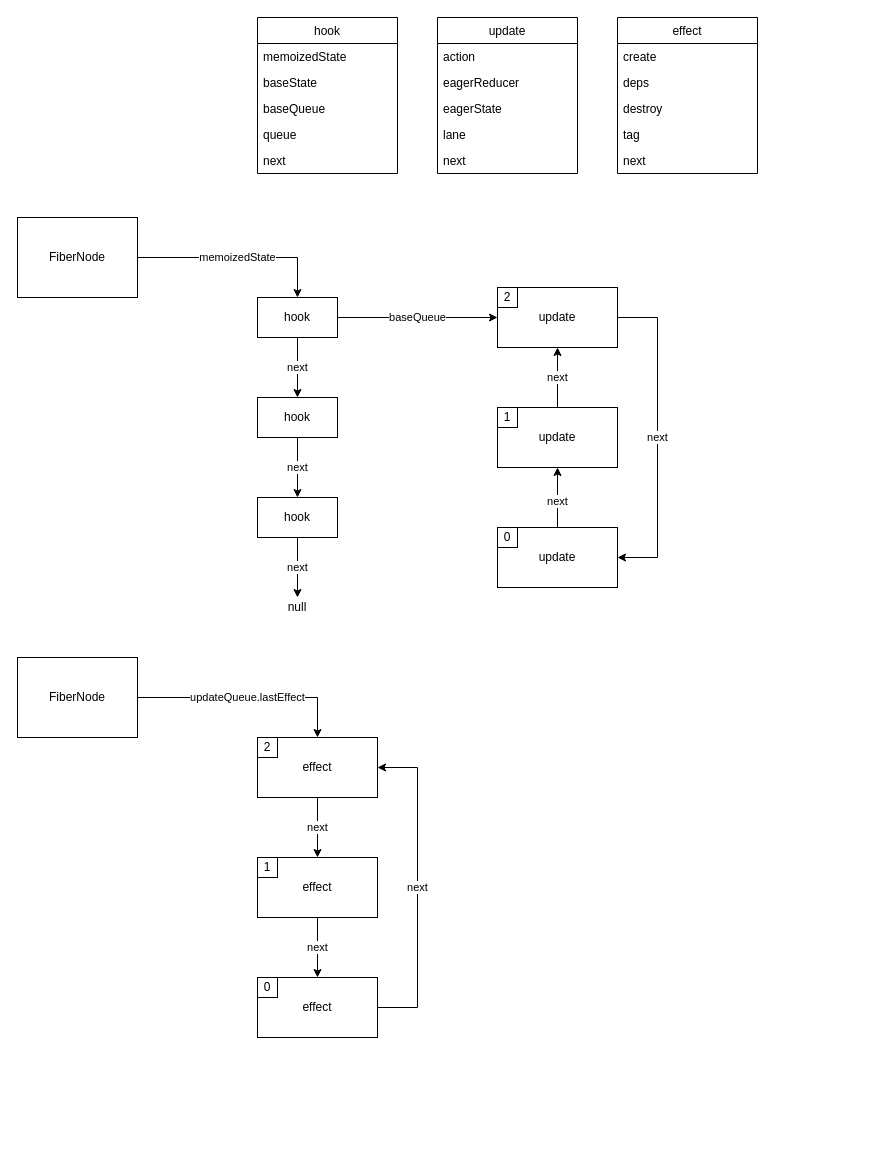
Before: react_hooks.drawio in jiubao/note, a draw.io diagram. Source tidied: cells renumbered, new cells numbered last; positions are measured from the earlier drawing's top-left corner, leaving out a move shared by most shapes. Both pictures are drawn from the tidied source at 100%, with x=0, y=0 at pixel (17, 17).
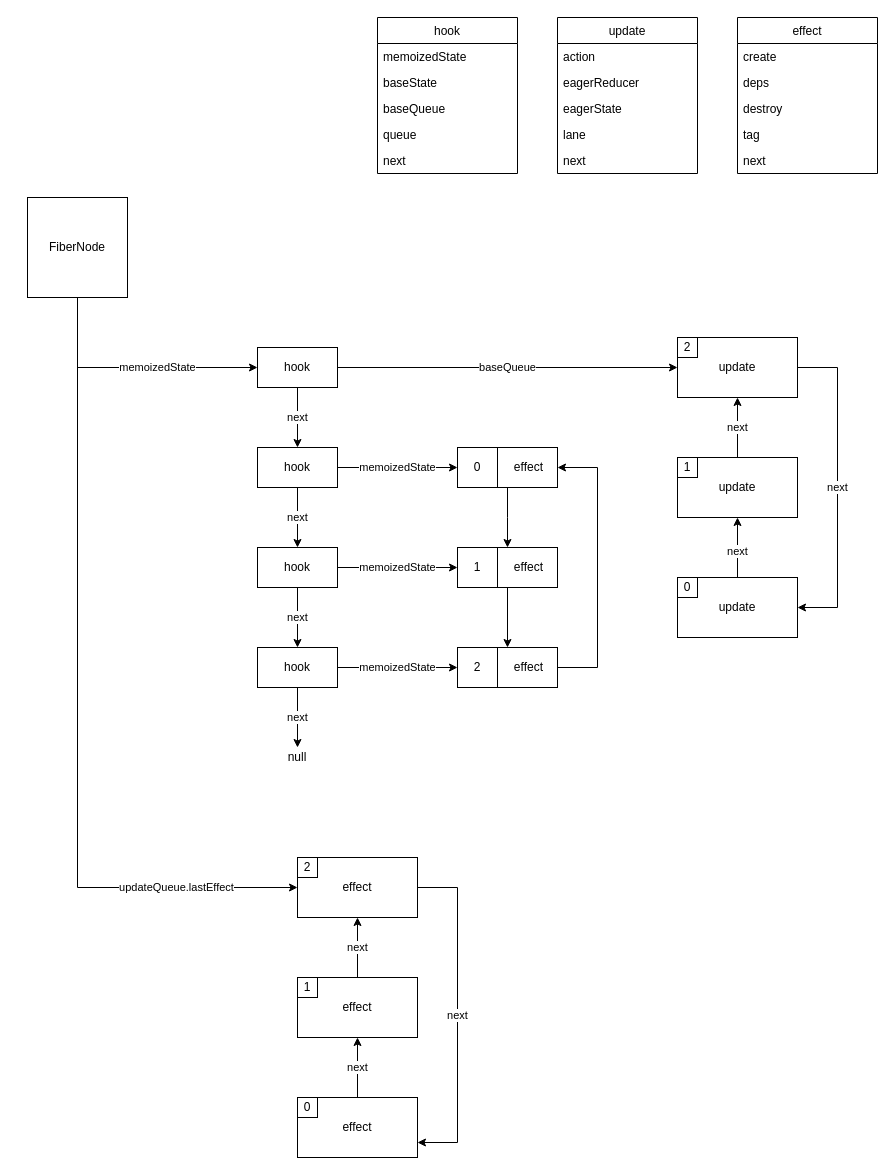
After the change.

Commit message:
useState & useEffect

Change to the diagram source:
```diff
@@
-    <mxCell id="2" value="memoizedState" style="edgeStyle=orthogonalEdgeStyle;rounded=0;jettySize=auto;html=1;entryX=0.5;entryY=0;entryDx=0;entryDy=0;fontColor=#000000;" parent="1" edge="1" source="3" target="6">
-      <mxGeometry relative="1" as="geometry" />
+    <mxCell id="2" value="memoizedState" style="edgeStyle=orthogonalEdgeStyle;rounded=0;jettySize=auto;html=1;entryX=0;entryY=0.5;entryDx=0;entryDy=0;" parent="1" edge="1" source="3" target="6">
+      <mxGeometry x="0.2" relative="1" as="geometry">
+        <Array as="points">
+          <mxPoint x="60" y="350" />
+        </Array>
+      </mxGeometry>
     </mxCell>
+    <mxCell id="34" value="&lt;span style=&quot;color: rgb(0, 0, 0); font-family: helvetica; font-size: 11px; font-style: normal; font-weight: 400; letter-spacing: normal; text-align: center; text-indent: 0px; text-transform: none; word-spacing: 0px; background-color: rgb(255, 255, 255); display: inline; float: none;&quot;&gt;updateQueue.lastEffect&lt;/span&gt;" style="edgeStyle=orthogonalEdgeStyle;rounded=0;jettySize=auto;html=1;entryX=0;entryY=0.5;entryDx=0;entryDy=0;" parent="1" edge="1" source="3" target="37">
+      <mxGeometry x="0.7" relative="1" as="geometry">
+        <Array as="points">
+          <mxPoint x="60" y="870" />
+        </Array>
+      </mxGeometry>
+    </mxCell>
     <mxCell id="3" value="FiberNode" style="rounded=0;whiteSpace=wrap;html=1;verticalAlign=middle;align=center;" parent="1" vertex="1">
-      <mxGeometry y="200" width="120" height="80" as="geometry" />
+      <mxGeometry x="10" y="180" width="100" height="100" as="geometry" />
     </mxCell>
@@
     <mxCell id="6" value="hook" style="rounded=0;whiteSpace=wrap;html=1;fontColor=#000000;strokeColor=#000000;align=center;verticalAlign=middle;" parent="1" vertex="1">
-      <mxGeometry x="240" y="280" width="80" height="40" as="geometry" />
+      <mxGeometry x="240" y="330" width="80" height="40" as="geometry" />
     </mxCell>
@@
+    <mxCell id="51" value="memoizedState" style="edgeStyle=orthogonalEdgeStyle;rounded=0;jettySize=auto;html=1;entryX=0;entryY=0.5;entryDx=0;entryDy=0;" parent="1" edge="1" source="8" target="57">
+      <mxGeometry relative="1" as="geometry" />
+    </mxCell>
     <mxCell id="8" value="hook" style="rounded=0;whiteSpace=wrap;html=1;fontColor=#000000;strokeColor=#000000;align=center;verticalAlign=middle;" parent="1" vertex="1">
-      <mxGeometry x="240" y="380" width="80" height="40" as="geometry" />
+      <mxGeometry x="240" y="430" width="80" height="40" as="geometry" />
     </mxCell>
-    <mxCell id="9" value="next" style="edgeStyle=orthogonalEdgeStyle;rounded=0;jettySize=auto;html=1;entryX=0.5;entryY=0;entryDx=0;entryDy=0;fontColor=#000000;" parent="1" edge="1" source="10" target="11">
-      <mxGeometry relative="1" as="geometry" />
-    </mxCell>
+    <mxCell id="52" value="memoizedState" style="edgeStyle=orthogonalEdgeStyle;rounded=0;jettySize=auto;html=1;" parent="1" edge="1" source="10">
+      <mxGeometry relative="1" as="geometry">
+        <mxPoint x="440" y="550" as="targetPoint" />
+      </mxGeometry>
+    </mxCell>
+    <mxCell id="36" value="next" style="edgeStyle=orthogonalEdgeStyle;rounded=0;jettySize=auto;html=1;entryX=0.5;entryY=0;entryDx=0;entryDy=0;" parent="1" edge="1" source="10" target="62">
+      <mxGeometry relative="1" as="geometry" />
+    </mxCell>
     <mxCell id="10" value="hook" style="rounded=0;whiteSpace=wrap;html=1;fontColor=#000000;strokeColor=#000000;align=center;verticalAlign=middle;" parent="1" vertex="1">
-      <mxGeometry x="240" y="480" width="80" height="40" as="geometry" />
+      <mxGeometry x="240" y="530" width="80" height="40" as="geometry" />
     </mxCell>
-    <mxCell id="11" value="null" style="text;html=1;strokeColor=none;fillColor=none;align=center;verticalAlign=middle;whiteSpace=wrap;rounded=0;fontColor=#000000;" parent="1" vertex="1">
-      <mxGeometry x="260" y="580" width="40" height="20" as="geometry" />
-    </mxCell>
     <mxCell id="12" value="next" style="edgeStyle=orthogonalEdgeStyle;rounded=0;jettySize=auto;html=1;entryX=1;entryY=0.5;entryDx=0;entryDy=0;fontColor=#000000;" parent="1" edge="1" source="13" target="20">
       <mxGeometry relative="1" as="geometry">
         <Array as="points">
-          <mxPoint x="640" y="300" />
-          <mxPoint x="640" y="540" />
+          <mxPoint x="820" y="350" />
+          <mxPoint x="820" y="590" />
         </Array>
       </mxGeometry>
     </mxCell>
     <mxCell id="13" value="update" style="rounded=0;whiteSpace=wrap;html=1;fontColor=#000000;strokeColor=#000000;align=center;verticalAlign=middle;" parent="1" vertex="1">
-      <mxGeometry x="480" y="270" width="120" height="60" as="geometry" />
+      <mxGeometry x="660" y="320" width="120" height="60" as="geometry" />
     </mxCell>
     <mxCell id="14" value="2" style="whiteSpace=wrap;html=1;fontColor=#000000;strokeColor=#000000;align=center;verticalAlign=middle;" parent="1" vertex="1">
-      <mxGeometry x="480" y="270" width="20" height="20" as="geometry" />
+      <mxGeometry x="660" y="320" width="20" height="20" as="geometry" />
     </mxCell>
@@
     <mxCell id="16" value="update" style="rounded=0;whiteSpace=wrap;html=1;fontColor=#000000;strokeColor=#000000;align=center;verticalAlign=middle;" parent="1" vertex="1">
-      <mxGeometry x="480" y="390" width="120" height="60" as="geometry" />
+      <mxGeometry x="660" y="440" width="120" height="60" as="geometry" />
     </mxCell>
     <mxCell id="17" value="1" style="whiteSpace=wrap;html=1;fontColor=#000000;strokeColor=#000000;align=center;verticalAlign=middle;" parent="1" vertex="1">
-      <mxGeometry x="480" y="390" width="20" height="20" as="geometry" />
+      <mxGeometry x="660" y="440" width="20" height="20" as="geometry" />
     </mxCell>
@@
     <mxCell id="20" value="update" style="rounded=0;whiteSpace=wrap;html=1;fontColor=#000000;strokeColor=#000000;align=center;verticalAlign=middle;" parent="1" vertex="1">
-      <mxGeometry x="480" y="510" width="120" height="60" as="geometry" />
+      <mxGeometry x="660" y="560" width="120" height="60" as="geometry" />
     </mxCell>
     <mxCell id="21" value="0" style="whiteSpace=wrap;html=1;fontColor=#000000;strokeColor=#000000;align=center;verticalAlign=middle;" parent="1" vertex="1">
-      <mxGeometry x="480" y="510" width="20" height="20" as="geometry" />
+      <mxGeometry x="660" y="560" width="20" height="20" as="geometry" />
     </mxCell>
     <mxCell id="22" value="update" style="swimlane;fontStyle=0;horizontal=1;startSize=26;fontColor=#000000;strokeColor=#000000;align=center;verticalAlign=middle;" parent="1" vertex="1">
-      <mxGeometry x="420" width="140" height="156" as="geometry" />
+      <mxGeometry x="540" width="140" height="156" as="geometry" />
     </mxCell>
@@
     <mxCell id="28" value="hook" style="swimlane;fontStyle=0;horizontal=1;startSize=26;fontColor=#000000;strokeColor=#000000;align=center;verticalAlign=middle;" parent="1" vertex="1">
-      <mxGeometry x="240" width="140" height="156" as="geometry" />
+      <mxGeometry x="360" width="140" height="156" as="geometry" />
     </mxCell>
@@
-    <mxCell id="34" value="updateQueue.lastEffect" style="edgeStyle=orthogonalEdgeStyle;rounded=0;jettySize=auto;html=1;entryX=0.5;entryY=0;entryDx=0;entryDy=0;" parent="1" edge="1" source="35" target="37">
-      <mxGeometry relative="1" as="geometry" />
-    </mxCell>
-    <mxCell id="35" value="FiberNode" style="rounded=0;whiteSpace=wrap;html=1;verticalAlign=middle;align=center;" parent="1" vertex="1">
-      <mxGeometry y="640" width="120" height="80" as="geometry" />
-    </mxCell>
-    <mxCell id="36" value="next" style="edgeStyle=orthogonalEdgeStyle;rounded=0;jettySize=auto;html=1;entryX=0.5;entryY=0;entryDx=0;entryDy=0;" parent="1" edge="1" source="37" target="40">
-      <mxGeometry relative="1" as="geometry" />
-    </mxCell>
+    <mxCell id="53" value="next" style="edgeStyle=orthogonalEdgeStyle;rounded=0;jettySize=auto;html=1;entryX=1;entryY=0.75;entryDx=0;entryDy=0;" parent="1" edge="1" source="37" target="43">
+      <mxGeometry relative="1" as="geometry">
+        <Array as="points">
+          <mxPoint x="440" y="870" />
+          <mxPoint x="440" y="1125" />
+        </Array>
+      </mxGeometry>
+    </mxCell>
     <mxCell id="37" value="effect" style="rounded=0;whiteSpace=wrap;html=1;fontColor=#000000;strokeColor=#000000;align=center;verticalAlign=middle;" parent="1" vertex="1">
-      <mxGeometry x="240" y="720" width="120" height="60" as="geometry" />
+      <mxGeometry x="280" y="840" width="120" height="60" as="geometry" />
     </mxCell>
     <mxCell id="38" value="2" style="whiteSpace=wrap;html=1;fontColor=#000000;strokeColor=#000000;align=center;verticalAlign=middle;" parent="1" vertex="1">
-      <mxGeometry x="240" y="720" width="20" height="20" as="geometry" />
+      <mxGeometry x="280" y="840" width="20" height="20" as="geometry" />
     </mxCell>
-    <mxCell id="39" value="next" style="edgeStyle=orthogonalEdgeStyle;rounded=0;jettySize=auto;html=1;" parent="1" edge="1" source="40" target="43">
-      <mxGeometry relative="1" as="geometry" />
-    </mxCell>
+    <mxCell id="54" value="next" style="edgeStyle=orthogonalEdgeStyle;rounded=0;jettySize=auto;html=1;" parent="1" edge="1" source="40" target="37">
+      <mxGeometry relative="1" as="geometry" />
+    </mxCell>
     <mxCell id="40" value="effect" style="rounded=0;whiteSpace=wrap;html=1;fontColor=#000000;strokeColor=#000000;align=center;verticalAlign=middle;" parent="1" vertex="1">
-      <mxGeometry x="240" y="840" width="120" height="60" as="geometry" />
+      <mxGeometry x="280" y="960" width="120" height="60" as="geometry" />
     </mxCell>
     <mxCell id="41" value="1" style="whiteSpace=wrap;html=1;fontColor=#000000;strokeColor=#000000;align=center;verticalAlign=middle;" parent="1" vertex="1">
-      <mxGeometry x="240" y="840" width="20" height="20" as="geometry" />
+      <mxGeometry x="280" y="960" width="20" height="20" as="geometry" />
     </mxCell>
-    <mxCell id="42" value="next" style="edgeStyle=orthogonalEdgeStyle;rounded=0;jettySize=auto;html=1;entryX=1;entryY=0.5;entryDx=0;entryDy=0;" parent="1" edge="1" source="43" target="37">
-      <mxGeometry relative="1" as="geometry">
-        <Array as="points">
-          <mxPoint x="400" y="990" />
-          <mxPoint x="400" y="750" />
-        </Array>
-      </mxGeometry>
-    </mxCell>
+    <mxCell id="55" value="next" style="edgeStyle=orthogonalEdgeStyle;rounded=0;jettySize=auto;html=1;" parent="1" edge="1" source="43" target="40">
+      <mxGeometry relative="1" as="geometry" />
+    </mxCell>
     <mxCell id="43" value="effect" style="rounded=0;whiteSpace=wrap;html=1;fontColor=#000000;strokeColor=#000000;align=center;verticalAlign=middle;" parent="1" vertex="1">
-      <mxGeometry x="240" y="960" width="120" height="60" as="geometry" />
+      <mxGeometry x="280" y="1080" width="120" height="60" as="geometry" />
     </mxCell>
     <mxCell id="44" value="0" style="whiteSpace=wrap;html=1;fontColor=#000000;strokeColor=#000000;align=center;verticalAlign=middle;" parent="1" vertex="1">
-      <mxGeometry x="240" y="960" width="20" height="20" as="geometry" />
+      <mxGeometry x="280" y="1080" width="20" height="20" as="geometry" />
     </mxCell>
     <mxCell id="45" value="effect" style="swimlane;fontStyle=0;horizontal=1;startSize=26;fontColor=#000000;strokeColor=#000000;align=center;verticalAlign=middle;" parent="1" vertex="1">
-      <mxGeometry x="600" width="140" height="156" as="geometry" />
+      <mxGeometry x="720" width="140" height="156" as="geometry" />
     </mxCell>
@@
+    <mxCell id="56" style="edgeStyle=orthogonalEdgeStyle;rounded=0;jettySize=auto;html=1;" parent="1" edge="1" source="57">
+      <mxGeometry relative="1" as="geometry">
+        <mxPoint x="490" y="530" as="targetPoint" />
+      </mxGeometry>
+    </mxCell>
+    <mxCell id="57" value="effect" style="rounded=0;whiteSpace=wrap;html=1;fontColor=#000000;strokeColor=#000000;align=right;verticalAlign=middle;spacingRight=12;" parent="1" vertex="1">
+      <mxGeometry x="440" y="430" width="100" height="40" as="geometry" />
+    </mxCell>
+    <mxCell id="58" value="0" style="whiteSpace=wrap;html=1;fontColor=#000000;strokeColor=#000000;align=center;verticalAlign=middle;" parent="1" vertex="1">
+      <mxGeometry x="440" y="430" width="40" height="40" as="geometry" />
+    </mxCell>
+    <mxCell id="59" style="edgeStyle=orthogonalEdgeStyle;rounded=0;orthogonalLoop=1;jettySize=auto;html=1;entryX=0.5;entryY=0;entryDx=0;entryDy=0;" parent="1" edge="1">
+      <mxGeometry relative="1" as="geometry">
+        <mxPoint x="490" y="570" as="sourcePoint" />
+        <mxPoint x="490" y="630" as="targetPoint" />
+      </mxGeometry>
+    </mxCell>
+    <mxCell id="60" value="memoizedState" style="edgeStyle=orthogonalEdgeStyle;rounded=0;jettySize=auto;html=1;" parent="1" edge="1" source="62">
+      <mxGeometry relative="1" as="geometry">
+        <mxPoint x="440" y="650" as="targetPoint" />
+      </mxGeometry>
+    </mxCell>
+    <mxCell id="61" value="next" style="edgeStyle=orthogonalEdgeStyle;rounded=0;jettySize=auto;html=1;" parent="1" edge="1" source="62" target="11">
+      <mxGeometry relative="1" as="geometry" />
+    </mxCell>
+    <mxCell id="62" value="hook" style="rounded=0;whiteSpace=wrap;html=1;fontColor=#000000;strokeColor=#000000;align=center;verticalAlign=middle;" parent="1" vertex="1">
+      <mxGeometry x="240" y="630" width="80" height="40" as="geometry" />
+    </mxCell>
+    <mxCell id="63" style="edgeStyle=orthogonalEdgeStyle;rounded=0;jettySize=auto;html=1;entryX=1;entryY=0.5;entryDx=0;entryDy=0;" parent="1" edge="1" target="57">
+      <mxGeometry relative="1" as="geometry">
+        <mxPoint x="540" y="650" as="sourcePoint" />
+        <Array as="points">
+          <mxPoint x="580" y="650" />
+          <mxPoint x="580" y="450" />
+        </Array>
+      </mxGeometry>
+    </mxCell>
+    <mxCell id="64" value="effect" style="rounded=0;whiteSpace=wrap;html=1;fontColor=#000000;strokeColor=#000000;align=right;verticalAlign=middle;spacingRight=12;" parent="1" vertex="1">
+      <mxGeometry x="440" y="530" width="100" height="40" as="geometry" />
+    </mxCell>
+    <mxCell id="65" value="1" style="whiteSpace=wrap;html=1;fontColor=#000000;strokeColor=#000000;align=center;verticalAlign=middle;" parent="1" vertex="1">
+      <mxGeometry x="440" y="530" width="40" height="40" as="geometry" />
+    </mxCell>
+    <mxCell id="66" value="effect" style="rounded=0;whiteSpace=wrap;html=1;fontColor=#000000;strokeColor=#000000;align=right;verticalAlign=middle;spacingRight=12;" parent="1" vertex="1">
+      <mxGeometry x="440" y="630" width="100" height="40" as="geometry" />
+    </mxCell>
+    <mxCell id="67" value="2" style="whiteSpace=wrap;html=1;fontColor=#000000;strokeColor=#000000;align=center;verticalAlign=middle;" parent="1" vertex="1">
+      <mxGeometry x="440" y="630" width="40" height="40" as="geometry" />
+    </mxCell>
+    <mxCell id="11" value="null" style="text;html=1;strokeColor=none;fillColor=none;align=center;verticalAlign=middle;whiteSpace=wrap;rounded=0;" parent="1" vertex="1">
+      <mxGeometry x="260" y="730" width="40" height="20" as="geometry" />
+    </mxCell>
```
